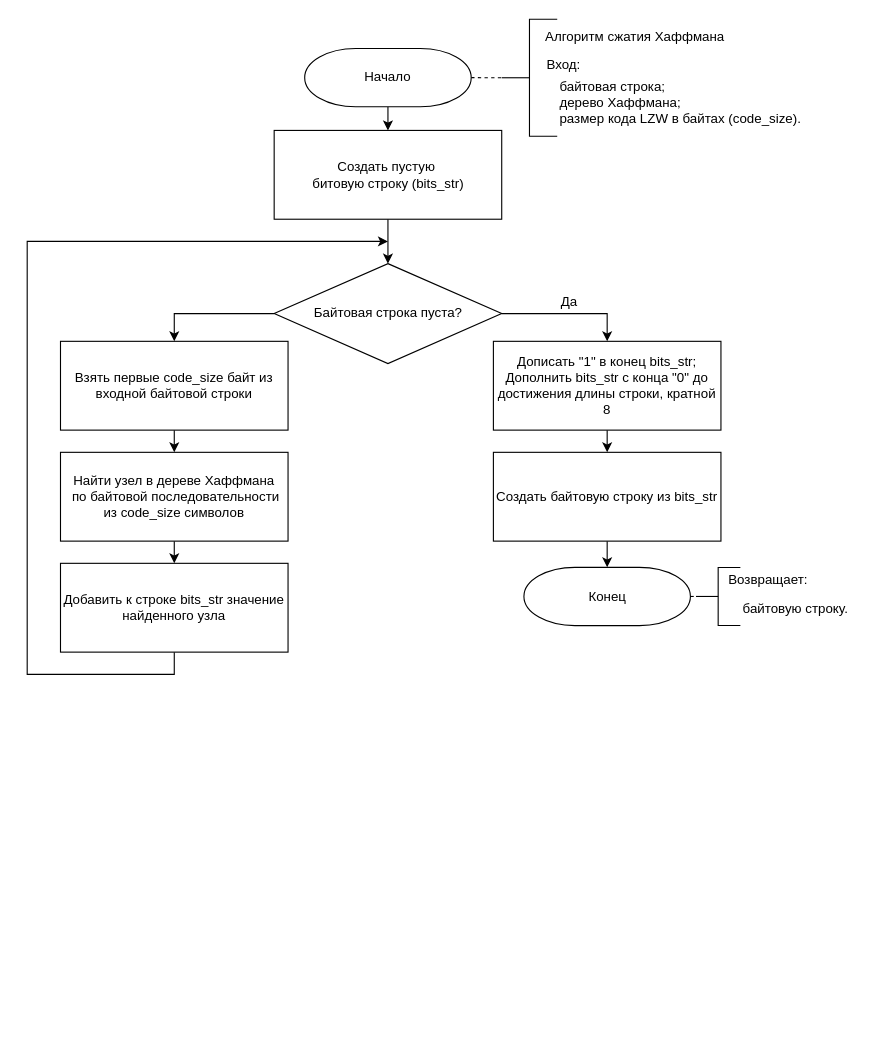
Above: docs/schemes/huffman.drawio in kovkir/bmstu-magistracy-diploma (draw.io), before the change. Source tidied: cells renumbered, new cells numbered last; positions are measured from the earlier drawing's top-left corner, leaving out a move shared by most shapes. Both pictures are drawn from the tidied source at 111%, with x=0, y=0 at pixel (27, 19).
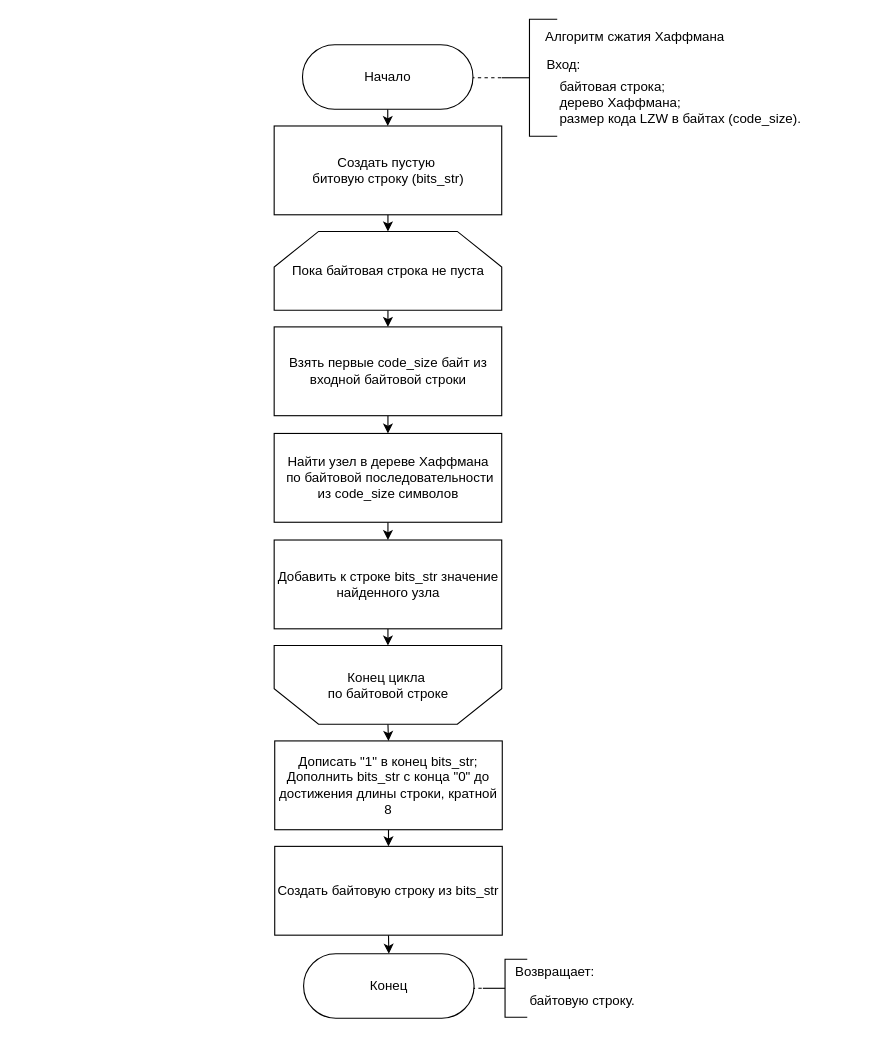
After the change.

Unchanged cells that the change refers to:
```xml
<mxCell id="5" style="strokeWidth=1;html=1;shape=mxgraph.flowchart.annotation_2;align=left;labelPosition=right;strokeColor=default;fontSize=13;gradientColor=none;" parent="1" vertex="1">
  <mxGeometry x="427.5" y="-0.1" width="50" height="105.3" as="geometry" />
</mxCell>
```

What changed in the source:
```diff
@@
-    <mxCell id="2" style="edgeStyle=none;html=1;entryX=0;entryY=0.5;entryDx=0;entryDy=0;entryPerimeter=0;fontSize=12;endArrow=none;endFill=0;dashed=1;exitX=1;exitY=0.5;exitDx=0;exitDy=0;exitPerimeter=0;" parent="1" edge="1" source="4" target="5">
-      <mxGeometry relative="1" as="geometry" />
+    <mxCell id="2" style="edgeStyle=none;html=1;entryX=0;entryY=0.5;entryDx=0;entryDy=0;entryPerimeter=0;fontSize=12;endArrow=none;endFill=0;dashed=1;exitX=1;exitY=0.5;exitDx=0;exitDy=0;exitPerimeter=0;" parent="1" edge="1" target="5">
+      <mxGeometry relative="1" as="geometry">
+        <mxPoint x="400" y="52.5" as="sourcePoint" />
+      </mxGeometry>
     </mxCell>
-    <mxCell id="3" style="edgeStyle=none;html=1;exitX=0.5;exitY=1;exitDx=0;exitDy=0;exitPerimeter=0;" parent="1" edge="1" source="4" target="10">
+    <mxCell id="3" style="edgeStyle=none;html=1;exitX=0.5;exitY=0;exitDx=0;exitDy=0;" parent="1" edge="1" source="4" target="10">
       <mxGeometry relative="1" as="geometry" />
     </mxCell>
-    <mxCell id="4" value="Начало" style="strokeWidth=1;html=1;shape=mxgraph.flowchart.terminator;whiteSpace=wrap;strokeColor=default;gradientColor=none;" parent="1" vertex="1">
-      <mxGeometry x="250" y="26.2" width="150" height="52.5" as="geometry" />
-    </mxCell>
@@
-    <mxCell id="9" style="edgeStyle=none;html=1;exitX=0.5;exitY=1;exitDx=0;exitDy=0;entryX=0.5;entryY=0;entryDx=0;entryDy=0;" parent="1" edge="1" source="10" target="17">
+    <mxCell id="9" style="edgeStyle=none;html=1;exitX=0.5;exitY=1;exitDx=0;exitDy=0;entryX=0.5;entryY=0;entryDx=0;entryDy=0;" parent="1" edge="1" source="10" target="32">
       <mxGeometry relative="1" as="geometry" />
     </mxCell>
     <mxCell id="10" value="Создать пустую&amp;nbsp;&lt;div&gt;&lt;font style=&quot;color: rgb(0, 0, 0);&quot;&gt;битовую строку (bits_str)&lt;/font&gt;&lt;/div&gt;" style="rounded=0;whiteSpace=wrap;html=1;strokeColor=default;strokeWidth=1;fontSize=12;gradientColor=none;" parent="1" vertex="1">
-      <mxGeometry x="222.5" y="100" width="205" height="80" as="geometry" />
+      <mxGeometry x="222.5" y="96" width="205" height="80" as="geometry" />
     </mxCell>
-    <mxCell id="11" value="Конец" style="strokeWidth=1;html=1;shape=mxgraph.flowchart.terminator;whiteSpace=wrap;strokeColor=default;gradientColor=none;" parent="1" vertex="1">
-      <mxGeometry x="447.5" y="493.6" width="150" height="52.5" as="geometry" />
-    </mxCell>
-    <mxCell id="12" style="edgeStyle=none;html=1;entryX=0;entryY=0.5;entryDx=0;entryDy=0;entryPerimeter=0;fontSize=12;endArrow=none;endFill=0;dashed=1;exitX=1;exitY=0.5;exitDx=0;exitDy=0;exitPerimeter=0;" parent="1" edge="1" source="11" target="13">
-      <mxGeometry relative="1" as="geometry" />
+    <mxCell id="12" style="edgeStyle=none;html=1;entryX=0;entryY=0.5;entryDx=0;entryDy=0;entryPerimeter=0;fontSize=12;endArrow=none;endFill=0;dashed=1;exitX=1;exitY=0.5;exitDx=0;exitDy=0;exitPerimeter=0;" parent="1" edge="1" target="13">
+      <mxGeometry relative="1" as="geometry">
+        <mxPoint x="400.5" y="872.9" as="sourcePoint" />
+      </mxGeometry>
     </mxCell>
     <mxCell id="13" style="strokeWidth=1;html=1;shape=mxgraph.flowchart.annotation_2;align=left;labelPosition=right;strokeColor=default;fontSize=13;gradientColor=none;" parent="1" vertex="1">
-      <mxGeometry x="602.5" y="493.7" width="40" height="52.3" as="geometry" />
+      <mxGeometry x="410.5" y="846.7" width="40" height="52.3" as="geometry" />
     </mxCell>
     <mxCell id="14" value="Возвращает:" style="text;html=1;align=left;verticalAlign=middle;strokeColor=none;fillColor=none;fontSize=12;" parent="1" vertex="1">
-      <mxGeometry x="630" y="489.7" width="100" height="30" as="geometry" />
+      <mxGeometry x="438" y="842.7" width="100" height="30" as="geometry" />
     </mxCell>
     <mxCell id="15" value="&lt;span style=&quot;color: rgb(0, 0, 0);&quot;&gt;байтовую строку&lt;/span&gt;&lt;span style=&quot;background-color: transparent;&quot;&gt;.&lt;/span&gt;" style="text;html=1;align=left;verticalAlign=middle;strokeColor=none;fillColor=none;fontSize=12;" parent="1" vertex="1">
-      <mxGeometry x="642.5" y="516.1" width="120" height="30" as="geometry" />
+      <mxGeometry x="450.5" y="869.1" width="120" height="30" as="geometry" />
     </mxCell>
-    <mxCell id="16" style="edgeStyle=orthogonalEdgeStyle;html=1;exitX=1;exitY=0.5;exitDx=0;exitDy=0;entryX=0.5;entryY=0;entryDx=0;entryDy=0;rounded=0;" parent="1" edge="1" source="17" target="29">
-      <mxGeometry relative="1" as="geometry" />
-    </mxCell>
-    <mxCell id="17" value="Байтовая строка пуста?" style="rhombus;whiteSpace=wrap;html=1;" parent="1" vertex="1">
-      <mxGeometry x="222.5" y="220" width="205" height="90" as="geometry" />
-    </mxCell>
-    <mxCell id="18" style="edgeStyle=orthogonalEdgeStyle;rounded=0;html=1;exitX=0.5;exitY=1;exitDx=0;exitDy=0;entryX=0.5;entryY=0;entryDx=0;entryDy=0;entryPerimeter=0;" parent="1" edge="1" source="19" target="11">
+    <mxCell id="18" style="edgeStyle=none;html=1;exitX=0.5;exitY=1;exitDx=0;exitDy=0;entryX=0.5;entryY=1;entryDx=0;entryDy=0;" parent="1" edge="1" source="19" target="11">
       <mxGeometry relative="1" as="geometry" />
     </mxCell>
     <mxCell id="19" value="&lt;span style=&quot;color: rgb(0, 0, 0);&quot;&gt;Создать байтовую строку из bits_str&lt;/span&gt;" style="rounded=0;whiteSpace=wrap;html=1;strokeColor=default;strokeWidth=1;fontSize=12;gradientColor=none;" parent="1" vertex="1">
-      <mxGeometry x="420" y="390" width="205" height="80" as="geometry" />
+      <mxGeometry x="223" y="745" width="205" height="80" as="geometry" />
     </mxCell>
-    <mxCell id="20" value="Да" style="text;html=1;align=center;verticalAlign=middle;strokeColor=none;fillColor=none;" parent="1" vertex="1">
-      <mxGeometry x="467.5" y="240" width="40" height="30" as="geometry" />
-    </mxCell>
@@
     <mxCell id="22" value="Взять первые code_size байт из входной байтовой строки" style="rounded=0;whiteSpace=wrap;html=1;strokeColor=default;strokeWidth=1;fontSize=12;gradientColor=none;" parent="1" vertex="1">
-      <mxGeometry x="30" y="290" width="205" height="80" as="geometry" />
+      <mxGeometry x="222.5" y="277" width="205" height="80" as="geometry" />
     </mxCell>
@@
     <mxCell id="24" value="Найти узел в дереве Хаффмана&lt;div&gt;&amp;nbsp;&lt;font style=&quot;color: rgb(0, 0, 0);&quot;&gt;по байтовой последовательности&lt;/font&gt; из&amp;nbsp;&lt;span style=&quot;color: rgb(0, 0, 0); background-color: transparent;&quot;&gt;code_size символов&lt;/span&gt;&lt;/div&gt;" style="rounded=0;whiteSpace=wrap;html=1;strokeColor=default;strokeWidth=1;fontSize=12;gradientColor=none;" parent="1" vertex="1">
-      <mxGeometry x="30" y="390" width="205" height="80" as="geometry" />
+      <mxGeometry x="222.5" y="373" width="205" height="80" as="geometry" />
     </mxCell>
-    <mxCell id="25" style="edgeStyle=orthogonalEdgeStyle;html=1;exitX=0.5;exitY=1;exitDx=0;exitDy=0;rounded=0;" parent="1" edge="1" source="26">
-      <mxGeometry relative="1" as="geometry">
-        <mxPoint x="325" y="200" as="targetPoint" />
-        <Array as="points">
-          <mxPoint x="133" y="590" />
-          <mxPoint y="590" />
-          <mxPoint y="200" />
-        </Array>
-      </mxGeometry>
-    </mxCell>
+    <mxCell id="30" style="edgeStyle=none;html=1;exitX=0.5;exitY=1;exitDx=0;exitDy=0;entryX=0.5;entryY=1;entryDx=0;entryDy=0;" parent="1" edge="1" source="26" target="34">
+      <mxGeometry relative="1" as="geometry" />
+    </mxCell>
     <mxCell id="26" value="Добавить к строке bits_str значение найденного узла" style="rounded=0;whiteSpace=wrap;html=1;strokeColor=default;strokeWidth=1;fontSize=12;gradientColor=none;" parent="1" vertex="1">
-      <mxGeometry x="30" y="490" width="205" height="80" as="geometry" />
+      <mxGeometry x="222.5" y="469" width="205" height="80" as="geometry" />
     </mxCell>
-    <mxCell id="27" style="edgeStyle=orthogonalEdgeStyle;html=1;exitX=0;exitY=0.5;exitDx=0;exitDy=0;entryX=0.5;entryY=0;entryDx=0;entryDy=0;rounded=0;curved=0;" parent="1" edge="1" source="17" target="22">
-      <mxGeometry relative="1" as="geometry" />
-    </mxCell>
@@
     <mxCell id="29" value="&lt;span style=&quot;color: rgb(0, 0, 0);&quot;&gt;Дописать&lt;span style=&quot;color: rgb(0, 0, 0);&quot;&gt;&amp;nbsp;&quot;1&quot;&amp;nbsp;&lt;/span&gt;в конец bits_str;&lt;/span&gt;&lt;div&gt;&lt;span style=&quot;color: rgb(0, 0, 0);&quot;&gt;Дополнить&amp;nbsp;&lt;/span&gt;&lt;span style=&quot;color: rgb(0, 0, 0); background-color: transparent;&quot;&gt;bits_str&lt;/span&gt;&lt;span style=&quot;background-color: transparent;&quot;&gt;&amp;nbsp;&lt;font style=&quot;color: rgb(0, 0, 0);&quot;&gt;с конца &quot;0&quot; до достижения длины строки, кратной 8&lt;/font&gt;&lt;/span&gt;&lt;/div&gt;" style="rounded=0;whiteSpace=wrap;html=1;strokeColor=default;strokeWidth=1;fontSize=12;gradientColor=none;" parent="1" vertex="1">
-      <mxGeometry x="420" y="290" width="205" height="80" as="geometry" />
+      <mxGeometry x="223" y="650" width="205" height="80" as="geometry" />
     </mxCell>
+    <mxCell id="31" style="edgeStyle=none;html=1;exitX=0.5;exitY=1;exitDx=0;exitDy=0;" parent="1" edge="1" source="32" target="22">
+      <mxGeometry relative="1" as="geometry" />
+    </mxCell>
+    <mxCell id="32" value="Пока байтовая строка не пуста" style="shape=loopLimit;whiteSpace=wrap;html=1;size=40;" parent="1" vertex="1">
+      <mxGeometry x="222.5" y="191" width="205" height="71" as="geometry" />
+    </mxCell>
+    <mxCell id="33" style="edgeStyle=none;html=1;exitX=0.5;exitY=0;exitDx=0;exitDy=0;entryX=0.5;entryY=0;entryDx=0;entryDy=0;" parent="1" edge="1" source="34" target="29">
+      <mxGeometry relative="1" as="geometry" />
+    </mxCell>
+    <mxCell id="34" value="&lt;span style=&quot;color: rgb(0, 0, 0);&quot;&gt;Конец цикла&amp;nbsp;&lt;/span&gt;&lt;div&gt;&lt;span style=&quot;color: rgb(0, 0, 0);&quot;&gt;по байтовой строке&lt;/span&gt;&lt;/div&gt;" style="shape=loopLimit;whiteSpace=wrap;html=1;size=40;direction=west;" parent="1" vertex="1">
+      <mxGeometry x="222.5" y="564" width="205" height="71" as="geometry" />
+    </mxCell>
+    <mxCell id="4" value="&lt;span style=&quot;color: rgb(0, 0, 0); font-family: Helvetica; font-size: 12px;&quot;&gt;Начало&lt;/span&gt;" style="rounded=1;whiteSpace=wrap;html=1;fontSize=14;spacing=3;strokeWidth=1;glass=0;flipH=1;flipV=0;rotation=0;direction=west;arcSize=50;fontFamily=Times New Roman;" parent="1" vertex="1">
+      <mxGeometry x="248" y="22.8" width="153.6" height="58.1" as="geometry" />
+    </mxCell>
+    <mxCell id="11" value="&lt;span style=&quot;color: rgb(0, 0, 0); font-family: Helvetica; font-size: 12px;&quot;&gt;Конец&lt;/span&gt;" style="rounded=1;whiteSpace=wrap;html=1;fontSize=14;spacing=3;strokeWidth=1;glass=0;flipH=1;flipV=0;rotation=0;direction=west;arcSize=50;fontFamily=Times New Roman;" parent="1" vertex="1">
+      <mxGeometry x="249" y="841.7" width="153.6" height="58.1" as="geometry" />
+    </mxCell>
```
